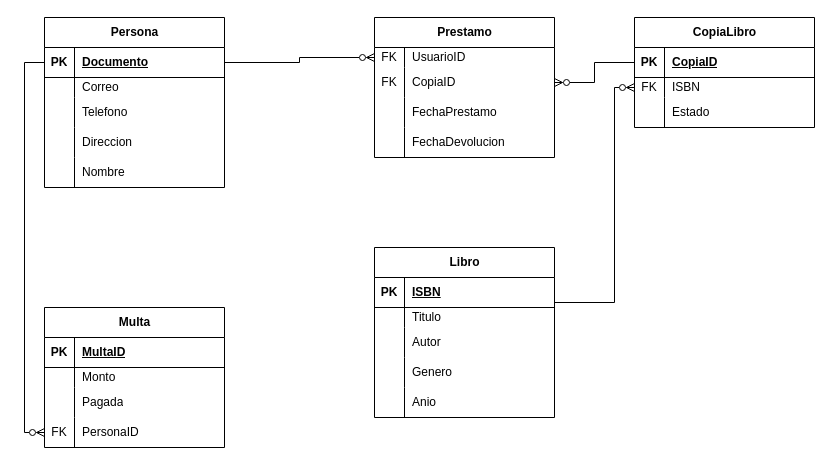
This is MRBiblioteca.drawio from JuanaCa19/MER-Caso-Estudio-Biblioteca, a draw.io file, before an edit. Source tidied: cells renumbered, new cells numbered last; positions are measured from the earlier drawing's top-left corner, leaving out a move shared by most shapes. Both pictures are drawn from the tidied source at 100%, with x=0, y=0 at pixel (44, 17).
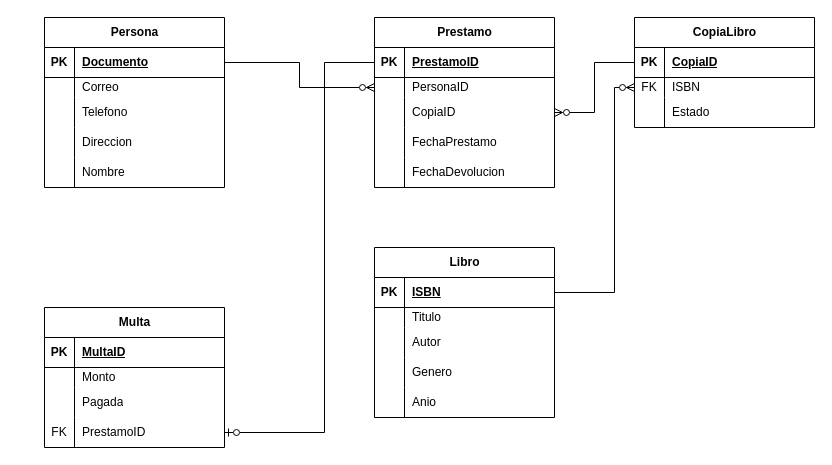
The same diagram, later.

Unchanged cells that the change refers to:
```xml
<mxCell id="3" style="shape=tableRow;horizontal=0;startSize=0;swimlaneHead=0;swimlaneBody=0;fillColor=none;points=[[0,0.5],[1,0.5]];portConstraint=eastwest;top=0;left=0;right=0;bottom=1;" parent="2" vertex="1">
  <mxGeometry y="30" width="180" height="30" as="geometry" />
</mxCell>
<mxCell id="18" value="Multa" style="shape=table;startSize=30;childLayout=tableLayout;rowLines=0;fontStyle=1;align=center;html=1;" parent="1" vertex="1">
  <mxGeometry y="290" width="180" height="140" as="geometry" />
</mxCell>
<mxCell id="46" style="shape=tableRow;horizontal=0;startSize=0;swimlaneHead=0;swimlaneBody=0;fillColor=none;points=[[0,0.5],[1,0.5]];portConstraint=eastwest;top=0;left=0;right=0;bottom=1;" parent="45" vertex="1">
  <mxGeometry y="30" width="180" height="30" as="geometry" />
</mxCell>
<mxCell id="49" style="shape=tableRow;horizontal=0;startSize=0;swimlaneHead=0;swimlaneBody=0;fillColor=none;points=[[0,0.5],[1,0.5]];portConstraint=eastwest;top=0;left=0;right=0;bottom=0;" parent="45" vertex="1">
  <mxGeometry y="60" width="180" height="20" as="geometry" />
</mxCell>
<mxCell id="58" style="shape=tableRow;horizontal=0;startSize=0;swimlaneHead=0;swimlaneBody=0;fillColor=none;points=[[0,0.5],[1,0.5]];portConstraint=eastwest;top=0;left=0;right=0;bottom=1;" parent="57" vertex="1">
  <mxGeometry y="30" width="180" height="30" as="geometry" />
</mxCell>
```

Diff of the diagram source:
```diff
@@
-    <mxCell id="28" style="shape=tableRow;horizontal=0;startSize=0;swimlaneHead=0;swimlaneBody=0;fillColor=none;points=[[0,0.5],[1,0.5]];portConstraint=eastwest;top=0;left=0;right=0;bottom=0;" parent="18" vertex="1">
-      <mxGeometry y="110" width="180" height="30" as="geometry" />
-    </mxCell>
-    <mxCell id="29" value="FK" style="shape=partialRectangle;fillColor=none;top=0;left=0;bottom=0;right=0;overflow=hidden;whiteSpace=wrap;html=1;" parent="28" vertex="1">
-      <mxGeometry width="30" height="30" as="geometry" />
-    </mxCell>
-    <mxCell id="30" value="PersonaID" style="shape=partialRectangle;fillColor=none;top=0;left=0;bottom=0;right=0;align=left;spacingLeft=6;overflow=hidden;whiteSpace=wrap;html=1;" parent="28" vertex="1">
-      <mxGeometry x="30" width="150" height="30" as="geometry" />
-    </mxCell>
-    <mxCell id="31" style="edgeStyle=orthogonalEdgeStyle;rounded=0;jettySize=auto;html=1;exitX=0;exitY=0.5;exitDx=0;exitDy=0;entryX=0;entryY=0.5;entryDx=0;entryDy=0;endArrow=ERzeroToMany;endFill=0;" parent="1" edge="1" source="3" target="28">
-      <mxGeometry relative="1" as="geometry" />
-    </mxCell>
-    <mxCell id="32" value="Prestamo" style="shape=table;startSize=30;childLayout=tableLayout;rowLines=0;fontStyle=1;align=center;html=1;" parent="1" vertex="1">
-      <mxGeometry x="330" width="180" height="140" as="geometry" />
-    </mxCell>
-    <mxCell id="33" style="shape=tableRow;horizontal=0;startSize=0;swimlaneHead=0;swimlaneBody=0;fillColor=none;points=[[0,0.5],[1,0.5]];portConstraint=eastwest;top=0;left=0;right=0;bottom=0;" parent="32" vertex="1">
-      <mxGeometry y="30" width="180" height="20" as="geometry" />
-    </mxCell>
-    <mxCell id="34" value="FK" style="shape=partialRectangle;fillColor=none;top=0;left=0;bottom=0;right=0;overflow=hidden;whiteSpace=wrap;html=1;" parent="33" vertex="1">
-      <mxGeometry width="30" height="20" as="geometry" />
-    </mxCell>
-    <mxCell id="35" value="UsuarioID" style="shape=partialRectangle;fillColor=none;top=0;left=0;bottom=0;right=0;align=left;spacingLeft=6;overflow=hidden;whiteSpace=wrap;html=1;" parent="33" vertex="1">
-      <mxGeometry x="30" width="150" height="20" as="geometry" />
-    </mxCell>
-    <mxCell id="36" style="shape=tableRow;horizontal=0;startSize=0;swimlaneHead=0;swimlaneBody=0;fillColor=none;points=[[0,0.5],[1,0.5]];portConstraint=eastwest;top=0;left=0;right=0;bottom=0;" parent="32" vertex="1">
-      <mxGeometry y="50" width="180" height="30" as="geometry" />
-    </mxCell>
-    <mxCell id="37" value="FK" style="shape=partialRectangle;fillColor=none;top=0;left=0;bottom=0;right=0;overflow=hidden;whiteSpace=wrap;html=1;" parent="36" vertex="1">
-      <mxGeometry width="30" height="30" as="geometry" />
-    </mxCell>
-    <mxCell id="38" value="CopiaID" style="shape=partialRectangle;fillColor=none;top=0;left=0;bottom=0;right=0;align=left;spacingLeft=6;overflow=hidden;whiteSpace=wrap;html=1;" parent="36" vertex="1">
-      <mxGeometry x="30" width="150" height="30" as="geometry" />
-    </mxCell>
-    <mxCell id="39" style="shape=tableRow;horizontal=0;startSize=0;swimlaneHead=0;swimlaneBody=0;fillColor=none;points=[[0,0.5],[1,0.5]];portConstraint=eastwest;top=0;left=0;right=0;bottom=0;" parent="32" vertex="1">
-      <mxGeometry y="80" width="180" height="30" as="geometry" />
-    </mxCell>
-    <mxCell id="40" style="shape=partialRectangle;fillColor=none;top=0;left=0;bottom=0;right=0;overflow=hidden;whiteSpace=wrap;html=1;" parent="39" vertex="1">
-      <mxGeometry width="30" height="30" as="geometry" />
-    </mxCell>
-    <mxCell id="41" value="FechaPrestamo" style="shape=partialRectangle;fillColor=none;top=0;left=0;bottom=0;right=0;align=left;spacingLeft=6;overflow=hidden;whiteSpace=wrap;html=1;" parent="39" vertex="1">
-      <mxGeometry x="30" width="150" height="30" as="geometry" />
-    </mxCell>
-    <mxCell id="42" style="shape=tableRow;horizontal=0;startSize=0;swimlaneHead=0;swimlaneBody=0;fillColor=none;top=0;left=0;right=0;bottom=0;" parent="32" vertex="1">
-      <mxGeometry y="110" width="180" height="30" as="geometry" />
-    </mxCell>
-    <mxCell id="43" style="shape=partialRectangle;fillColor=none;top=0;left=0;bottom=0;right=0;overflow=hidden;whiteSpace=wrap;html=1;" parent="42" vertex="1">
-      <mxGeometry width="30" height="30" as="geometry" />
-    </mxCell>
-    <mxCell id="44" value="FechaDevolucion" style="shape=partialRectangle;fillColor=none;top=0;left=0;bottom=0;right=0;align=left;spacingLeft=6;overflow=hidden;whiteSpace=wrap;html=1;" parent="42" vertex="1">
-      <mxGeometry x="30" width="150" height="30" as="geometry" />
-    </mxCell>
+    <mxCell id="74" style="shape=tableRow;horizontal=0;startSize=0;swimlaneHead=0;swimlaneBody=0;fillColor=none;points=[[0,0.5],[1,0.5]];portConstraint=eastwest;top=0;left=0;right=0;bottom=0;" parent="18" vertex="1">
+      <mxGeometry y="110" width="180" height="30" as="geometry" />
+    </mxCell>
+    <mxCell id="75" value="FK" style="shape=partialRectangle;fillColor=none;top=0;left=0;bottom=0;right=0;overflow=hidden;whiteSpace=wrap;html=1;" parent="74" vertex="1">
+      <mxGeometry width="30" height="30" as="geometry" />
+    </mxCell>
+    <mxCell id="76" value="PrestamoID" style="shape=partialRectangle;fillColor=none;top=0;left=0;bottom=0;right=0;align=left;spacingLeft=6;overflow=hidden;whiteSpace=wrap;html=1;" parent="74" vertex="1">
+      <mxGeometry x="30" width="150" height="30" as="geometry" />
+    </mxCell>
@@
-    <mxCell id="55" style="edgeStyle=orthogonalEdgeStyle;rounded=0;jettySize=auto;html=1;exitX=1;exitY=0.5;exitDx=0;exitDy=0;entryX=0;entryY=0.5;entryDx=0;entryDy=0;endArrow=ERzeroToMany;endFill=0;" parent="1" edge="1" source="3" target="33">
+    <mxCell id="55" style="edgeStyle=orthogonalEdgeStyle;rounded=0;jettySize=auto;html=1;exitX=1;exitY=0.5;exitDx=0;exitDy=0;entryX=0;entryY=0.5;entryDx=0;entryDy=0;endArrow=ERzeroToMany;endFill=0;" parent="1" edge="1" source="3" target="80">
       <mxGeometry relative="1" as="geometry" />
     </mxCell>
-    <mxCell id="56" style="edgeStyle=orthogonalEdgeStyle;rounded=0;jettySize=auto;html=1;exitX=0;exitY=0.5;exitDx=0;exitDy=0;entryX=1;entryY=0.5;entryDx=0;entryDy=0;endArrow=ERzeroToMany;endFill=0;" parent="1" edge="1" source="46" target="36">
+    <mxCell id="56" style="edgeStyle=orthogonalEdgeStyle;rounded=0;jettySize=auto;html=1;exitX=0;exitY=0.5;exitDx=0;exitDy=0;entryX=1;entryY=0.5;entryDx=0;entryDy=0;endArrow=ERzeroToMany;endFill=0;" parent="1" edge="1" source="46" target="39">
       <mxGeometry relative="1" as="geometry" />
     </mxCell>
@@
     <mxCell id="73" style="edgeStyle=orthogonalEdgeStyle;rounded=0;jettySize=auto;html=1;exitX=1;exitY=0.5;exitDx=0;exitDy=0;entryX=0;entryY=0.5;entryDx=0;entryDy=0;endArrow=ERzeroToMany;endFill=0;" parent="1" edge="1" source="58" target="49">
       <mxGeometry relative="1" as="geometry">
         <Array as="points">
-          <mxPoint x="570" y="285" />
+          <mxPoint x="570" y="275" />
           <mxPoint x="570" y="70" />
         </Array>
       </mxGeometry>
     </mxCell>
+    <mxCell id="32" value="Prestamo" style="shape=table;startSize=30;childLayout=tableLayout;rowLines=0;fontStyle=1;align=center;html=1;" parent="1" vertex="1">
+      <mxGeometry x="330" width="180" height="170" as="geometry" />
+    </mxCell>
+    <mxCell id="77" style="shape=tableRow;horizontal=0;startSize=0;swimlaneHead=0;swimlaneBody=0;fillColor=none;points=[[0,0.5],[1,0.5]];portConstraint=eastwest;top=0;left=0;right=0;bottom=1;" parent="32" vertex="1">
+      <mxGeometry y="30" width="180" height="30" as="geometry" />
+    </mxCell>
+    <mxCell id="78" value="PK" style="shape=partialRectangle;fillColor=none;top=0;left=0;bottom=0;right=0;fontStyle=1;overflow=hidden;whiteSpace=wrap;html=1;" parent="77" vertex="1">
+      <mxGeometry width="30" height="30" as="geometry" />
+    </mxCell>
+    <mxCell id="79" value="PrestamoID" style="shape=partialRectangle;fillColor=none;top=0;left=0;bottom=0;right=0;align=left;spacingLeft=6;fontStyle=5;overflow=hidden;whiteSpace=wrap;html=1;" parent="77" vertex="1">
+      <mxGeometry x="30" width="150" height="30" as="geometry" />
+    </mxCell>
+    <mxCell id="80" style="shape=tableRow;horizontal=0;startSize=0;swimlaneHead=0;swimlaneBody=0;fillColor=none;points=[[0,0.5],[1,0.5]];portConstraint=eastwest;top=0;left=0;right=0;bottom=0;" parent="32" vertex="1">
+      <mxGeometry y="60" width="180" height="20" as="geometry" />
+    </mxCell>
+    <mxCell id="81" style="shape=partialRectangle;fillColor=none;top=0;left=0;bottom=0;right=0;overflow=hidden;whiteSpace=wrap;html=1;" parent="80" vertex="1">
+      <mxGeometry width="30" height="20" as="geometry" />
+    </mxCell>
+    <mxCell id="30" value="PersonaID" style="shape=partialRectangle;fillColor=none;top=0;left=0;bottom=0;right=0;align=left;spacingLeft=6;overflow=hidden;whiteSpace=wrap;html=1;" parent="80" vertex="1">
+      <mxGeometry x="30" width="150" height="20" as="geometry" />
+    </mxCell>
+    <mxCell id="39" style="shape=tableRow;horizontal=0;startSize=0;swimlaneHead=0;swimlaneBody=0;fillColor=none;points=[[0,0.5],[1,0.5]];portConstraint=eastwest;top=0;left=0;right=0;bottom=0;" parent="32" vertex="1">
+      <mxGeometry y="80" width="180" height="30" as="geometry" />
+    </mxCell>
+    <mxCell id="82" style="shape=partialRectangle;fillColor=none;top=0;left=0;bottom=0;right=0;overflow=hidden;whiteSpace=wrap;html=1;" parent="39" vertex="1">
+      <mxGeometry width="30" height="30" as="geometry" />
+    </mxCell>
+    <mxCell id="38" value="CopiaID" style="shape=partialRectangle;fillColor=none;top=0;left=0;bottom=0;right=0;align=left;spacingLeft=6;overflow=hidden;whiteSpace=wrap;html=1;" parent="39" vertex="1">
+      <mxGeometry x="30" width="150" height="30" as="geometry" />
+    </mxCell>
+    <mxCell id="83" style="shape=tableRow;horizontal=0;startSize=0;swimlaneHead=0;swimlaneBody=0;fillColor=none;top=0;left=0;right=0;bottom=0;" parent="32" vertex="1">
+      <mxGeometry y="110" width="180" height="30" as="geometry" />
+    </mxCell>
+    <mxCell id="84" style="shape=partialRectangle;fillColor=none;top=0;left=0;bottom=0;right=0;overflow=hidden;whiteSpace=wrap;html=1;" parent="83" vertex="1">
+      <mxGeometry width="30" height="30" as="geometry" />
+    </mxCell>
+    <mxCell id="41" value="FechaPrestamo" style="shape=partialRectangle;fillColor=none;top=0;left=0;bottom=0;right=0;align=left;spacingLeft=6;overflow=hidden;whiteSpace=wrap;html=1;" parent="83" vertex="1">
+      <mxGeometry x="30" width="150" height="30" as="geometry" />
+    </mxCell>
+    <mxCell id="85" style="shape=tableRow;horizontal=0;startSize=0;swimlaneHead=0;swimlaneBody=0;fillColor=none;top=0;left=0;right=0;bottom=0;" parent="32" vertex="1">
+      <mxGeometry y="140" width="180" height="30" as="geometry" />
+    </mxCell>
+    <mxCell id="86" style="shape=partialRectangle;fillColor=none;top=0;left=0;bottom=0;right=0;overflow=hidden;whiteSpace=wrap;html=1;" parent="85" vertex="1">
+      <mxGeometry width="30" height="30" as="geometry" />
+    </mxCell>
+    <mxCell id="44" value="FechaDevolucion" style="shape=partialRectangle;fillColor=none;top=0;left=0;bottom=0;right=0;align=left;spacingLeft=6;overflow=hidden;whiteSpace=wrap;html=1;" parent="85" vertex="1">
+      <mxGeometry x="30" width="150" height="30" as="geometry" />
+    </mxCell>
+    <mxCell id="87" style="edgeStyle=orthogonalEdgeStyle;rounded=0;jettySize=auto;html=1;exitX=0;exitY=0.5;exitDx=0;exitDy=0;entryX=1;entryY=0.5;entryDx=0;entryDy=0;endArrow=ERzeroToOne;endFill=0;" parent="1" edge="1" source="77" target="74">
+      <mxGeometry relative="1" as="geometry">
+        <Array as="points">
+          <mxPoint x="280" y="45" />
+          <mxPoint x="280" y="415" />
+        </Array>
+      </mxGeometry>
+    </mxCell>
```
